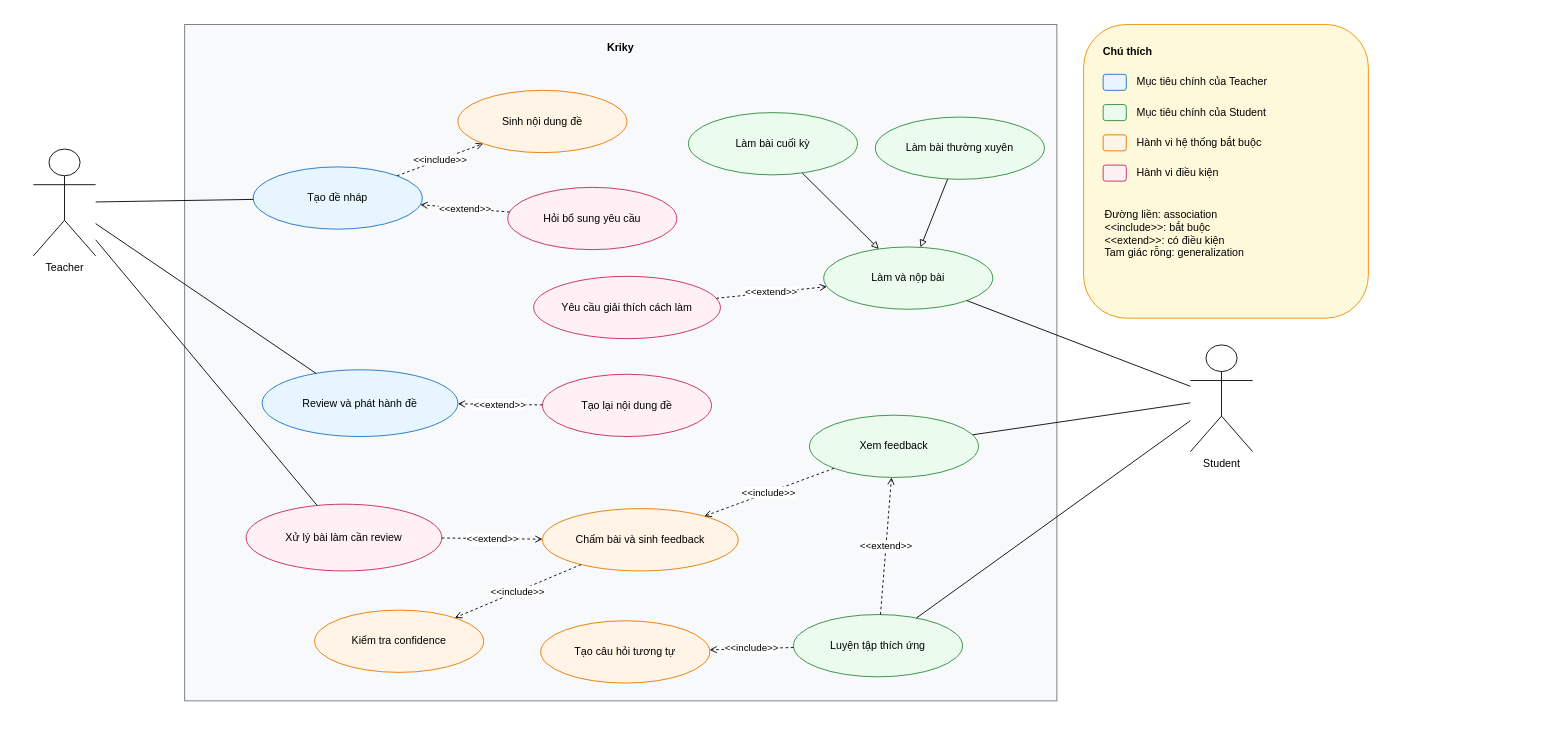
The draw.io diagram docs/diagrams/use-case.drawio in biabeogo147/AI-Assessment-and-Feedback-Assistant, before the edit. Source tidied: cells renumbered, new cells numbered last; positions are measured from the earlier drawing's top-left corner, leaving out a move shared by most shapes. Both pictures are drawn from the tidied source at 89%, with x=0, y=0 at pixel (33, 24).
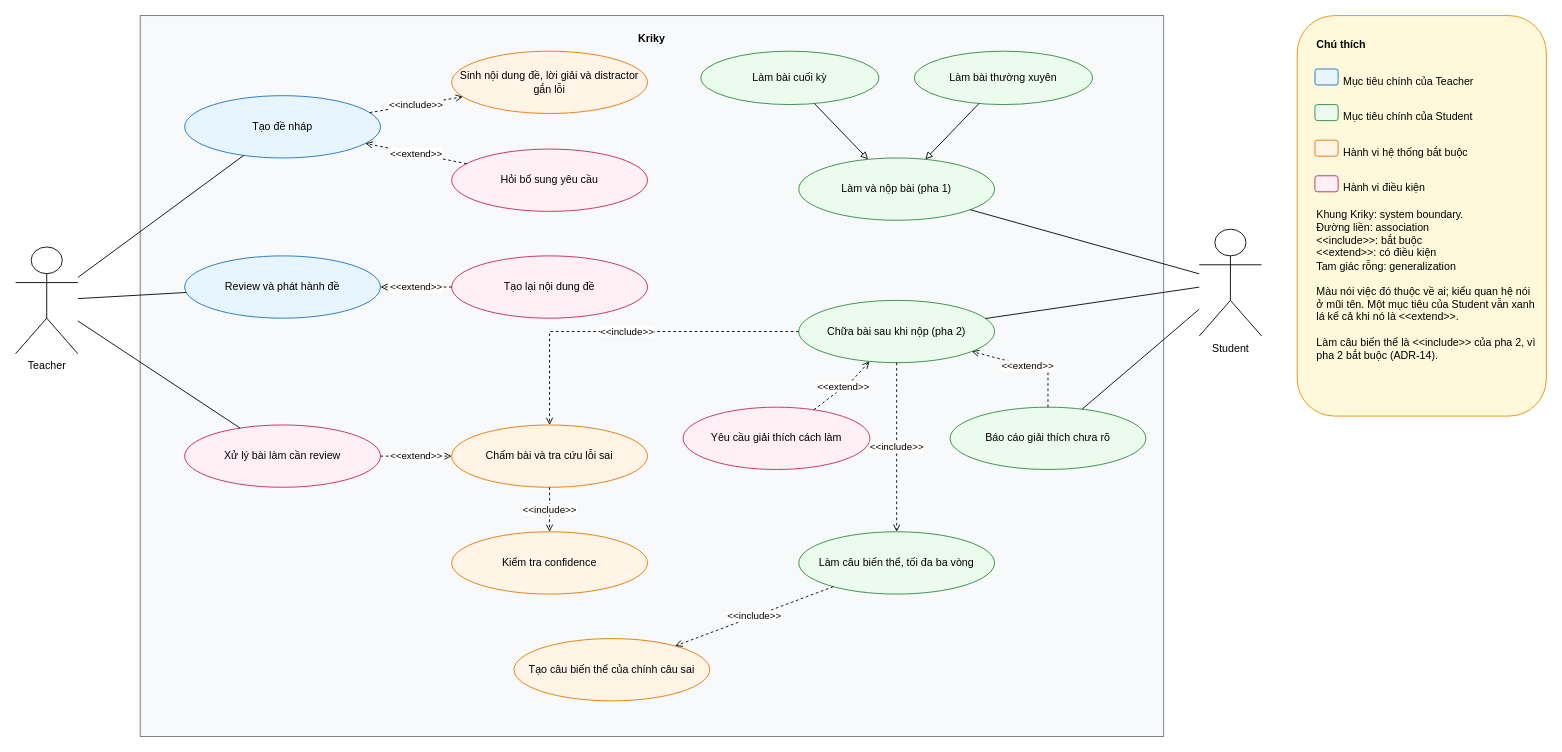
The same page after the edit.

The edit, as a diff of the source:
```diff
@@
     <mxCell id="2" value="Kriky" style="rounded=0;whiteSpace=wrap;html=1;fillColor=#f8f9fa;strokeColor=#6c757d;fontStyle=1;verticalAlign=top;spacingTop=12;" parent="1" vertex="1">
-      <mxGeometry x="170" width="980" height="760" as="geometry" />
+      <mxGeometry x="120" y="-10" width="1150" height="810" as="geometry" />
     </mxCell>
     <mxCell id="3" value="Teacher" style="shape=umlActor;verticalLabelPosition=bottom;verticalAlign=top;html=1;outlineConnect=0;" parent="1" vertex="1">
-      <mxGeometry y="140" width="70" height="120" as="geometry" />
+      <mxGeometry x="-20" y="250" width="70" height="120" as="geometry" />
     </mxCell>
     <mxCell id="4" value="Student" style="shape=umlActor;verticalLabelPosition=bottom;verticalAlign=top;html=1;outlineConnect=0;" parent="1" vertex="1">
-      <mxGeometry x="1300" y="360" width="70" height="120" as="geometry" />
+      <mxGeometry x="1310" y="230" width="70" height="120" as="geometry" />
     </mxCell>
     <mxCell id="5" value="Tạo đề nháp" style="ellipse;whiteSpace=wrap;html=1;fillColor=#e7f5ff;strokeColor=#1971c2;" parent="1" vertex="1">
-      <mxGeometry x="247" y="160" width="190" height="70" as="geometry" />
+      <mxGeometry x="170" y="80" width="220" height="70" as="geometry" />
     </mxCell>
-    <mxCell id="6" value="Sinh nội dung đề" style="ellipse;whiteSpace=wrap;html=1;fillColor=#fff4e6;strokeColor=#e67700;" parent="1" vertex="1">
-      <mxGeometry x="477" y="74" width="190" height="70" as="geometry" />
+    <mxCell id="6" value="Sinh nội dung đề, lời giải và distractor gắn lỗi" style="ellipse;whiteSpace=wrap;html=1;fillColor=#fff4e6;strokeColor=#e67700;" parent="1" vertex="1">
+      <mxGeometry x="470" y="30" width="220" height="70" as="geometry" />
     </mxCell>
     <mxCell id="7" value="Hỏi bổ sung yêu cầu" style="ellipse;whiteSpace=wrap;html=1;fillColor=#fff0f6;strokeColor=#c2255c;" parent="1" vertex="1">
-      <mxGeometry x="533" y="183" width="190" height="70" as="geometry" />
+      <mxGeometry x="470" y="140" width="220" height="70" as="geometry" />
     </mxCell>
     <mxCell id="8" value="Review và phát hành đề" style="ellipse;whiteSpace=wrap;html=1;fillColor=#e7f5ff;strokeColor=#1971c2;" parent="1" vertex="1">
-      <mxGeometry x="257" y="388" width="220" height="75" as="geometry" />
+      <mxGeometry x="170" y="260" width="220" height="70" as="geometry" />
     </mxCell>
     <mxCell id="9" value="Tạo lại nội dung đề" style="ellipse;whiteSpace=wrap;html=1;fillColor=#fff0f6;strokeColor=#c2255c;" parent="1" vertex="1">
-      <mxGeometry x="572" y="393" width="190" height="70" as="geometry" />
+      <mxGeometry x="470" y="260" width="220" height="70" as="geometry" />
     </mxCell>
     <mxCell id="10" value="Xử lý bài làm cần review" style="ellipse;whiteSpace=wrap;html=1;fillColor=#fff0f6;strokeColor=#c2255c;" parent="1" vertex="1">
-      <mxGeometry x="239" y="539" width="220" height="75" as="geometry" />
+      <mxGeometry x="170" y="450" width="220" height="70" as="geometry" />
     </mxCell>
-    <mxCell id="11" value="Làm và nộp bài" style="ellipse;whiteSpace=wrap;html=1;fillColor=#ebfbee;strokeColor=#2b8a3e;" parent="1" vertex="1">
-      <mxGeometry x="888" y="250" width="190" height="70" as="geometry" />
-    </mxCell>
-    <mxCell id="12" value="Làm bài thường xuyên" style="ellipse;whiteSpace=wrap;html=1;fillColor=#ebfbee;strokeColor=#2b8a3e;" parent="1" vertex="1">
-      <mxGeometry x="946" y="104" width="190" height="70" as="geometry" />
-    </mxCell>
-    <mxCell id="13" value="Làm bài cuối kỳ" style="ellipse;whiteSpace=wrap;html=1;fillColor=#ebfbee;strokeColor=#2b8a3e;" parent="1" vertex="1">
-      <mxGeometry x="736" y="99" width="190" height="70" as="geometry" />
-    </mxCell>
-    <mxCell id="14" value="Yêu cầu giải thích cách làm" style="ellipse;whiteSpace=wrap;html=1;fillColor=#fff0f6;strokeColor=#c2255c;" parent="1" vertex="1">
-      <mxGeometry x="562" y="283" width="210" height="70" as="geometry" />
-    </mxCell>
-    <mxCell id="15" value="Chấm bài và sinh feedback" style="ellipse;whiteSpace=wrap;html=1;fillColor=#fff4e6;strokeColor=#e67700;" parent="1" vertex="1">
-      <mxGeometry x="572" y="544" width="220" height="70" as="geometry" />
+    <mxCell id="15" value="Chấm bài và tra cứu lỗi sai" style="ellipse;whiteSpace=wrap;html=1;fillColor=#fff4e6;strokeColor=#e67700;" parent="1" vertex="1">
+      <mxGeometry x="470" y="450" width="220" height="70" as="geometry" />
     </mxCell>
     <mxCell id="16" value="Kiểm tra confidence" style="ellipse;whiteSpace=wrap;html=1;fillColor=#fff4e6;strokeColor=#e67700;" parent="1" vertex="1">
-      <mxGeometry x="316" y="658" width="190" height="70" as="geometry" />
+      <mxGeometry x="470" y="570" width="220" height="70" as="geometry" />
     </mxCell>
+    <mxCell id="13" value="Làm bài cuối kỳ" style="ellipse;whiteSpace=wrap;html=1;fillColor=#ebfbee;strokeColor=#2b8a3e;" parent="1" vertex="1">
+      <mxGeometry x="750" y="30" width="200" height="60" as="geometry" />
+    </mxCell>
+    <mxCell id="12" value="Làm bài thường xuyên" style="ellipse;whiteSpace=wrap;html=1;fillColor=#ebfbee;strokeColor=#2b8a3e;" parent="1" vertex="1">
+      <mxGeometry x="990" y="30" width="200" height="60" as="geometry" />
+    </mxCell>
+    <mxCell id="11" value="Làm và nộp bài (pha 1)" style="ellipse;whiteSpace=wrap;html=1;fillColor=#ebfbee;strokeColor=#2b8a3e;" parent="1" vertex="1">
+      <mxGeometry x="860" y="150" width="220" height="70" as="geometry" />
+    </mxCell>
-    <mxCell id="17" value="Xem feedback" style="ellipse;whiteSpace=wrap;html=1;fillColor=#ebfbee;strokeColor=#2b8a3e;" parent="1" vertex="1">
-      <mxGeometry x="872" y="439" width="190" height="70" as="geometry" />
+    <mxCell id="17" value="Chữa bài sau khi nộp (pha 2)" style="ellipse;whiteSpace=wrap;html=1;fillColor=#ebfbee;strokeColor=#2b8a3e;" parent="1" vertex="1">
+      <mxGeometry x="860" y="310" width="220" height="70" as="geometry" />
     </mxCell>
+    <mxCell id="14" value="Yêu cầu giải thích cách làm" style="ellipse;whiteSpace=wrap;html=1;fillColor=#fff0f6;strokeColor=#c2255c;" parent="1" vertex="1">
+      <mxGeometry x="730" y="430" width="210" height="70" as="geometry" />
+    </mxCell>
+    <mxCell id="48" value="Báo cáo giải thích chưa rõ" style="ellipse;whiteSpace=wrap;html=1;fillColor=#ebfbee;strokeColor=#2b8a3e;" parent="1" vertex="1">
+      <mxGeometry x="1030" y="430" width="220" height="70" as="geometry" />
+    </mxCell>
-    <mxCell id="18" value="Luyện tập thích ứng" style="ellipse;whiteSpace=wrap;html=1;fillColor=#ebfbee;strokeColor=#2b8a3e;" parent="1" vertex="1">
-      <mxGeometry x="854" y="663" width="190" height="70" as="geometry" />
+    <mxCell id="18" value="Làm câu biến thể, tối đa ba vòng" style="ellipse;whiteSpace=wrap;html=1;fillColor=#ebfbee;strokeColor=#2b8a3e;" parent="1" vertex="1">
+      <mxGeometry x="860" y="570" width="220" height="70" as="geometry" />
     </mxCell>
-    <mxCell id="19" value="Tạo câu hỏi tương tự" style="ellipse;whiteSpace=wrap;html=1;fillColor=#fff4e6;strokeColor=#e67700;" parent="1" vertex="1">
-      <mxGeometry x="570" y="670" width="190" height="70" as="geometry" />
+    <mxCell id="19" value="Tạo câu biến thể của chính câu sai" style="ellipse;whiteSpace=wrap;html=1;fillColor=#fff4e6;strokeColor=#e67700;" parent="1" vertex="1">
+      <mxGeometry x="540" y="690" width="220" height="70" as="geometry" />
     </mxCell>
     <mxCell id="20" style="rounded=1;whiteSpace=wrap;html=1;fillColor=#fff9db;strokeColor=#f08c00;align=left;spacing=10;" parent="1" vertex="1">
-      <mxGeometry x="1180" width="320" height="330" as="geometry" />
+      <mxGeometry x="1420" y="-10" width="280" height="450" as="geometry" />
     </mxCell>
     <mxCell id="21" value="Chú thích" style="text;html=1;strokeColor=none;fillColor=none;align=left;verticalAlign=middle;whiteSpace=wrap;rounded=0;fontStyle=1;" parent="1" vertex="1">
-      <mxGeometry x="1200" y="18" width="270" height="26" as="geometry" />
+      <mxGeometry x="1440" y="10" width="240" height="26" as="geometry" />
     </mxCell>
     <mxCell id="22" style="rounded=1;whiteSpace=wrap;html=1;fillColor=#e7f5ff;strokeColor=#1971c2;" parent="1" vertex="1">
-      <mxGeometry x="1202" y="56" width="26" height="18" as="geometry" />
+      <mxGeometry x="1440" y="50" width="26" height="18" as="geometry" />
     </mxCell>
     <mxCell id="23" value="Mục tiêu chính của Teacher" style="text;html=1;strokeColor=none;fillColor=none;align=left;verticalAlign=middle;whiteSpace=wrap;rounded=0;" parent="1" vertex="1">
-      <mxGeometry x="1238" y="51" width="230" height="28" as="geometry" />
+      <mxGeometry x="1470" y="50" width="220" height="28" as="geometry" />
     </mxCell>
     <mxCell id="24" style="rounded=1;whiteSpace=wrap;html=1;fillColor=#ebfbee;strokeColor=#2b8a3e;" parent="1" vertex="1">
-      <mxGeometry x="1202" y="90" width="26" height="18" as="geometry" />
+      <mxGeometry x="1440" y="90" width="26" height="18" as="geometry" />
     </mxCell>
     <mxCell id="25" value="Mục tiêu chính của Student" style="text;html=1;strokeColor=none;fillColor=none;align=left;verticalAlign=middle;whiteSpace=wrap;rounded=0;" parent="1" vertex="1">
-      <mxGeometry x="1238" y="85" width="230" height="28" as="geometry" />
+      <mxGeometry x="1470" y="90" width="220" height="28" as="geometry" />
     </mxCell>
     <mxCell id="26" style="rounded=1;whiteSpace=wrap;html=1;fillColor=#fff4e6;strokeColor=#e67700;" parent="1" vertex="1">
-      <mxGeometry x="1202" y="124" width="26" height="18" as="geometry" />
+      <mxGeometry x="1440" y="130" width="26" height="18" as="geometry" />
     </mxCell>
     <mxCell id="27" value="Hành vi hệ thống bắt buộc" style="text;html=1;strokeColor=none;fillColor=none;align=left;verticalAlign=middle;whiteSpace=wrap;rounded=0;" parent="1" vertex="1">
-      <mxGeometry x="1238" y="119" width="230" height="28" as="geometry" />
+      <mxGeometry x="1470" y="130" width="220" height="28" as="geometry" />
     </mxCell>
     <mxCell id="28" style="rounded=1;whiteSpace=wrap;html=1;fillColor=#fff0f6;strokeColor=#c2255c;" parent="1" vertex="1">
-      <mxGeometry x="1202" y="158" width="26" height="18" as="geometry" />
+      <mxGeometry x="1440" y="170" width="26" height="18" as="geometry" />
     </mxCell>
     <mxCell id="29" value="Hành vi điều kiện" style="text;html=1;strokeColor=none;fillColor=none;align=left;verticalAlign=middle;whiteSpace=wrap;rounded=0;" parent="1" vertex="1">
-      <mxGeometry x="1238" y="153" width="230" height="28" as="geometry" />
+      <mxGeometry x="1470" y="170" width="220" height="28" as="geometry" />
     </mxCell>
-    <mxCell id="30" value="Đường liền: association&#10;&amp;lt;&amp;lt;include&amp;gt;&amp;gt;: bắt buộc&#10;&amp;lt;&amp;lt;extend&amp;gt;&amp;gt;: có điều kiện&#10;Tam giác rỗng: generalization" style="text;html=1;strokeColor=none;fillColor=none;align=left;verticalAlign=top;whiteSpace=wrap;rounded=0;spacing=2;" parent="1" vertex="1">
-      <mxGeometry x="1202" y="200" width="275" height="110" as="geometry" />
+    <mxCell id="30" value="Khung Kriky: system boundary.&#10;Đường liền: association&#10;&amp;lt;&amp;lt;include&amp;gt;&amp;gt;: bắt buộc&#10;&amp;lt;&amp;lt;extend&amp;gt;&amp;gt;: có điều kiện&#10;Tam giác rỗng: generalization&#10;&#10;Màu nói việc đó thuộc về ai; kiểu quan hệ nói ở mũi tên. Một mục tiêu của Student vẫn xanh lá kể cả khi nó là &amp;lt;&amp;lt;extend&amp;gt;&amp;gt;.&#10;&#10;Làm câu biến thể là &amp;lt;&amp;lt;include&amp;gt;&amp;gt; của pha 2, vì pha 2 bắt buộc (ADR-14)." style="text;html=1;strokeColor=none;fillColor=none;align=left;verticalAlign=top;whiteSpace=wrap;rounded=0;spacing=2;" parent="1" vertex="1">
+      <mxGeometry x="1440" y="200" width="250" height="220" as="geometry" />
     </mxCell>
@@
-    <mxCell id="36" style="endArrow=none;html=1;rounded=0;" parent="1" edge="1" source="4" target="18">
-      <mxGeometry relative="1" as="geometry" />
-    </mxCell>
+    <mxCell id="49" style="endArrow=none;html=1;rounded=0;" parent="1" edge="1" source="4" target="48">
+      <mxGeometry relative="1" as="geometry" />
+    </mxCell>
@@
-    <mxCell id="42" value="&amp;lt;&amp;lt;extend&amp;gt;&amp;gt;" style="endArrow=open;html=1;dashed=1;rounded=0;" parent="1" edge="1" source="14" target="11">
-      <mxGeometry relative="1" as="geometry" />
-    </mxCell>
@@
     <mxCell id="45" value="&amp;lt;&amp;lt;include&amp;gt;&amp;gt;" style="endArrow=open;html=1;dashed=1;rounded=0;" parent="1" edge="1" source="17" target="15">
-      <mxGeometry relative="1" as="geometry" />
+      <mxGeometry relative="1" as="geometry">
+        <Array as="points">
+          <mxPoint x="580" y="345" />
+          <mxPoint x="580" y="400" />
+        </Array>
+      </mxGeometry>
     </mxCell>
-    <mxCell id="46" value="&amp;lt;&amp;lt;extend&amp;gt;&amp;gt;" style="endArrow=open;html=1;dashed=1;rounded=0;" parent="1" edge="1" source="18" target="17">
-      <mxGeometry relative="1" as="geometry" />
-    </mxCell>
+    <mxCell id="50" value="&amp;lt;&amp;lt;include&amp;gt;&amp;gt;" style="endArrow=open;html=1;dashed=1;rounded=0;" parent="1" edge="1" source="17" target="18">
+      <mxGeometry relative="1" as="geometry" />
+    </mxCell>
+    <mxCell id="51" value="&amp;lt;&amp;lt;extend&amp;gt;&amp;gt;" style="endArrow=open;html=1;dashed=1;rounded=0;" parent="1" edge="1" source="14" target="17">
+      <mxGeometry relative="1" as="geometry">
+        <Array as="points">
+          <mxPoint x="920" y="400" />
+        </Array>
+      </mxGeometry>
+    </mxCell>
+    <mxCell id="52" value="&amp;lt;&amp;lt;extend&amp;gt;&amp;gt;" style="endArrow=open;html=1;dashed=1;rounded=0;" parent="1" edge="1" source="48" target="17">
+      <mxGeometry relative="1" as="geometry">
+        <Array as="points">
+          <mxPoint x="1140" y="390" />
+        </Array>
+      </mxGeometry>
+    </mxCell>
```
